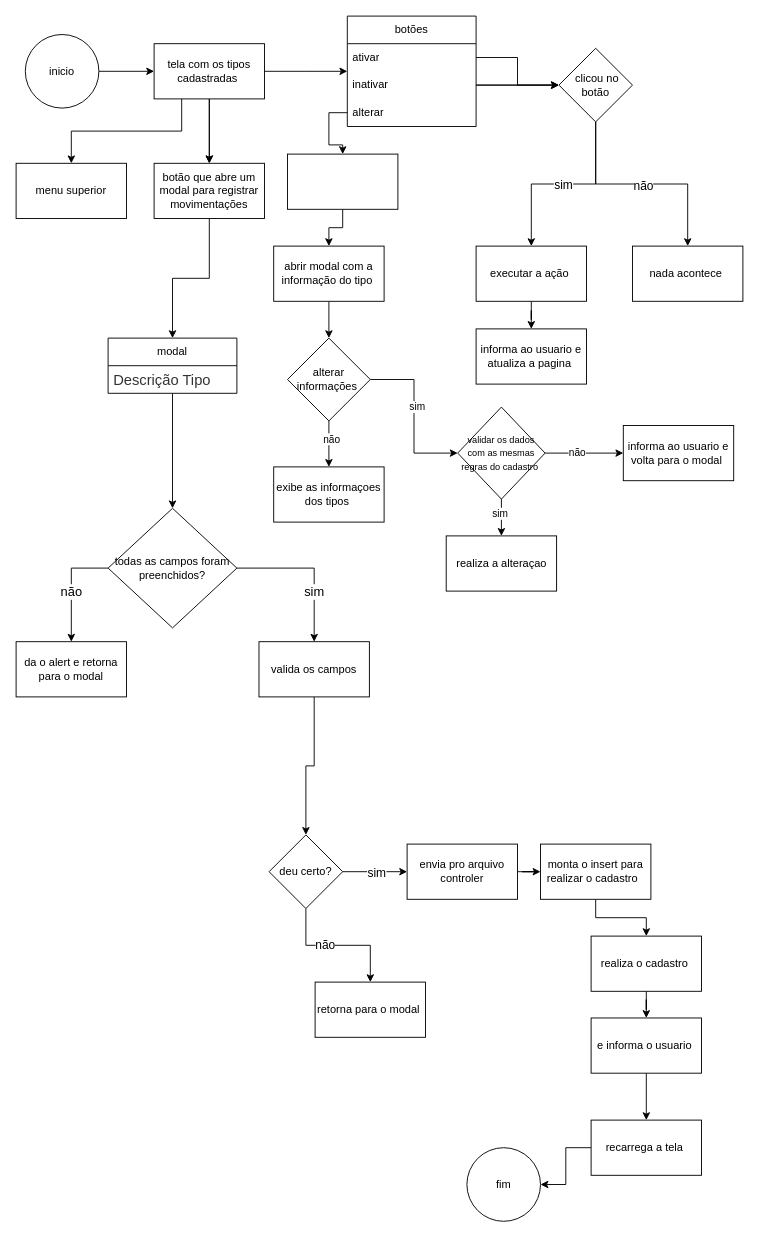
Above: fluxogramas/listar_tipos.drawio in Samuel-Goulart/cadastro.ativos (draw.io), before the change. Source tidied: cells renumbered, new cells numbered last; positions are measured from the earlier drawing's top-left corner, leaving out a move shared by most shapes. Both pictures are drawn from the tidied source at 92%, with x=0, y=0 at pixel (16, 16).
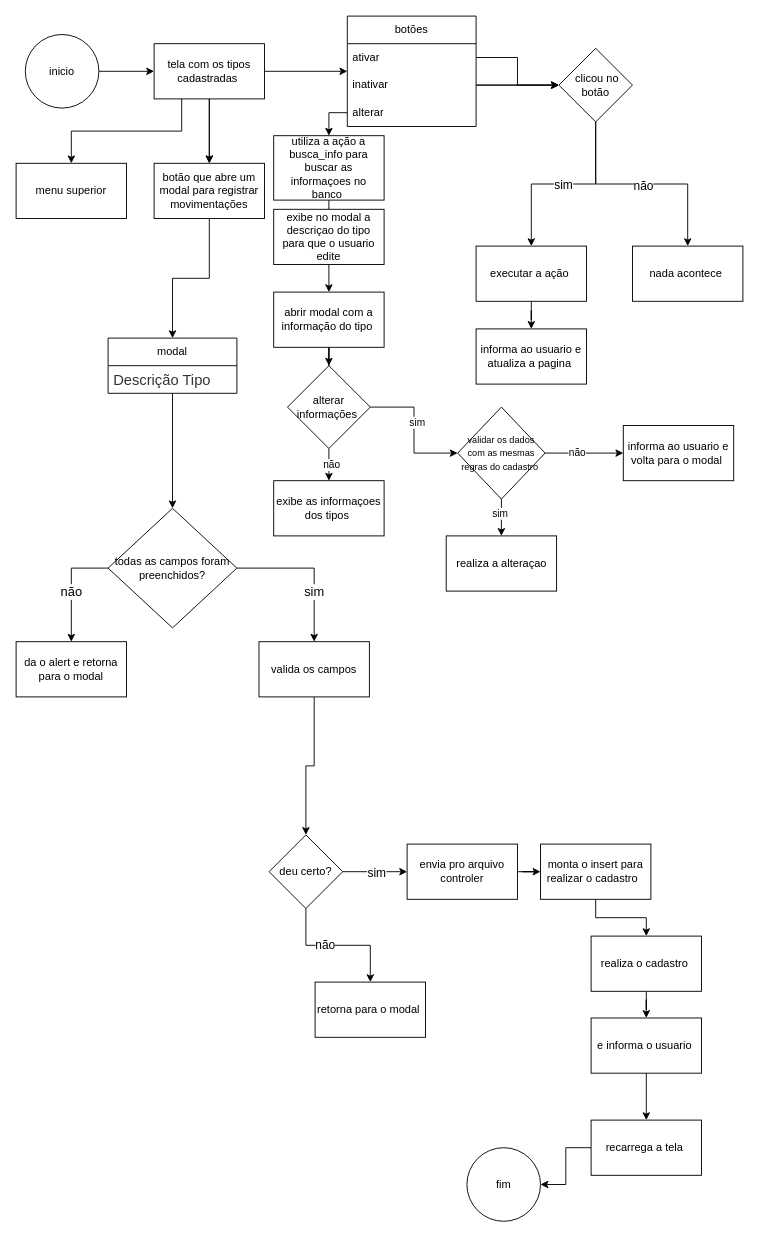
The same diagram, later.

The edit, as a diff of the source:
```diff
@@
     <mxCell id="24" value="abrir modal com a informação do tipo&amp;nbsp;" style="rounded=0;whiteSpace=wrap;html=1;" parent="1" vertex="1">
-      <mxGeometry x="280" y="250" width="120" height="60" as="geometry" />
+      <mxGeometry x="280" y="300" width="120" height="60" as="geometry" />
     </mxCell>
@@
     <mxCell id="30" value="alterar informações&amp;nbsp;" style="rhombus;whiteSpace=wrap;html=1;rounded=0;" parent="1" vertex="1">
-      <mxGeometry x="295" y="350" width="90" height="90" as="geometry" />
+      <mxGeometry x="295" y="380" width="90" height="90" as="geometry" />
     </mxCell>
@@
     <mxCell id="37" value="exibe as informaçoes dos tipos&amp;nbsp;" style="whiteSpace=wrap;html=1;rounded=0;" parent="1" vertex="1">
-      <mxGeometry x="280" y="490" width="120" height="60" as="geometry" />
+      <mxGeometry x="280" y="505" width="120" height="60" as="geometry" />
     </mxCell>
@@
-    <mxCell id="72" style="rounded=0;whiteSpace=wrap;html=1;" parent="1" vertex="1">
-      <mxGeometry x="295" y="150" width="120" height="60" as="geometry" />
+    <mxCell id="72" value="utiliza a ação a busca_info para buscar as informaçoes no banco&amp;nbsp;" style="rounded=0;whiteSpace=wrap;html=1;" parent="1" vertex="1">
+      <mxGeometry x="280" y="130" width="120" height="70" as="geometry" />
     </mxCell>
+    <mxCell id="73" value="exibe no modal a descriçao do tipo para que o usuario edite" style="rounded=0;whiteSpace=wrap;html=1;" parent="1" vertex="1">
+      <mxGeometry x="280" y="210" width="120" height="60" as="geometry" />
+    </mxCell>
```
